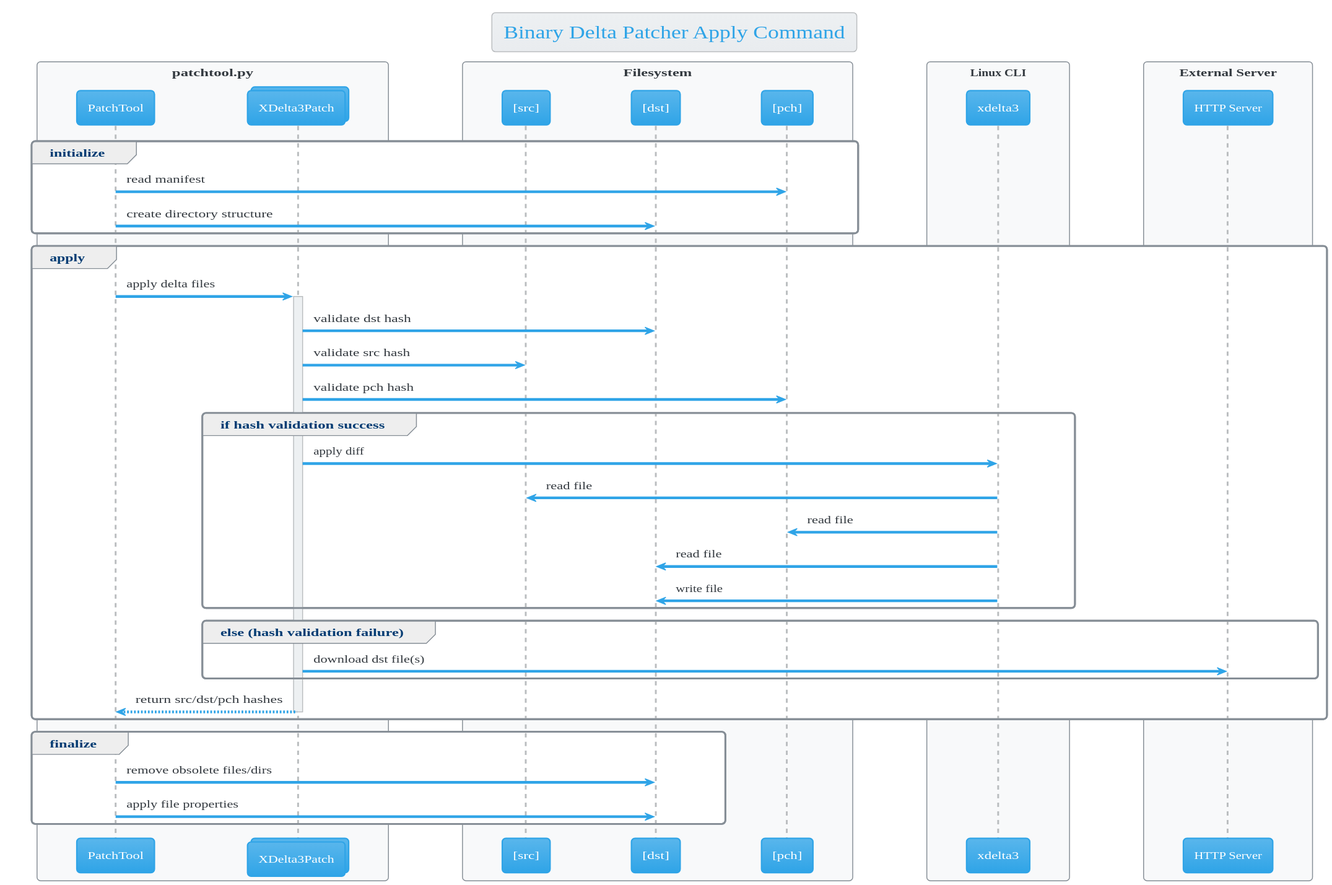
Before: docs/apply-sequence.svg, a diagram exported from PlantUML (SwitchCaseGroup/switchcase-deltapatcher).
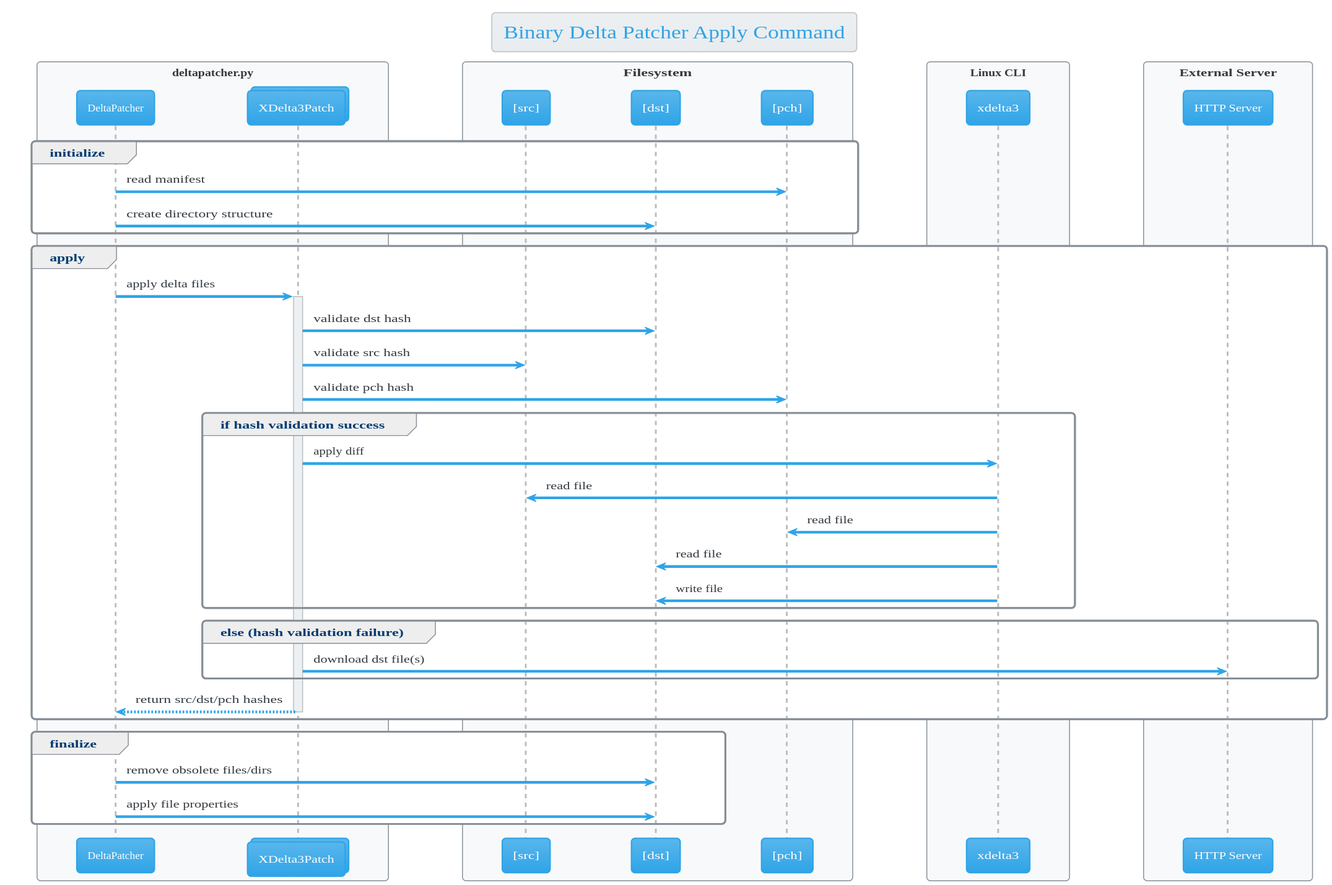
After the commit.

Change to the diagram source:
```diff
@@ -1,16 +1,16 @@
 @startuml apply-sequence
 
-!include patchtool.iuml
+!include deltapatcher.iuml
 
 title Binary Delta Patcher Apply Command
 
 group initialize
-  PatchTool -> pch : read manifest
-  PatchTool -> dst : create directory structure
+  DeltaPatcher -> pch : read manifest
+  DeltaPatcher -> dst : create directory structure
 end
 
 group apply
-  PatchTool -> XDelta3Patch : apply delta files
+  DeltaPatcher -> XDelta3Patch : apply delta files
   activate XDelta3Patch
     XDelta3Patch -> dst : validate dst hash
     XDelta3Patch -> src : validate src hash
@@ -29,8 +29,8 @@
 end
 
 group finalize
-  PatchTool -> dst : remove obsolete files/dirs
-  PatchTool -> dst : apply file properties
+  DeltaPatcher -> dst : remove obsolete files/dirs
+  DeltaPatcher -> dst : apply file properties
 end
 
 @enduml
```
